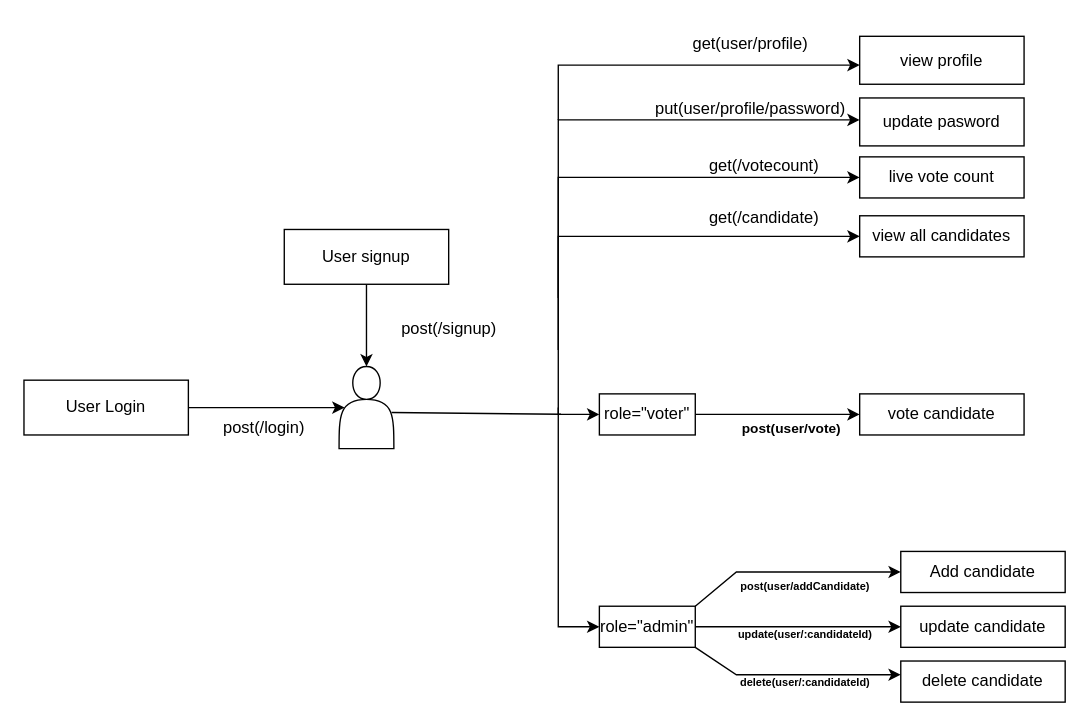
The draw.io diagram diagram.dio in roshan252s/voting-app, before the edit. Source tidied: cells renumbered, new cells numbered last; positions are measured from the earlier drawing's top-left corner, leaving out a move shared by most shapes. Both pictures are drawn from the tidied source at 137%, with x=0, y=0 at pixel (23, 23).
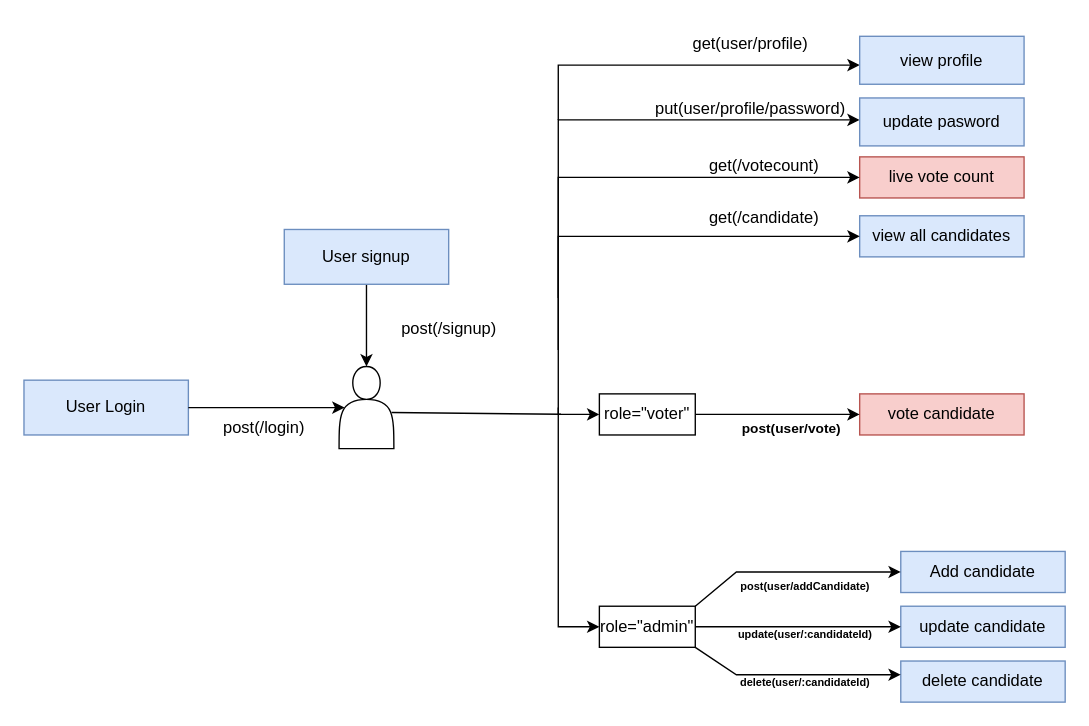
The same diagram, later.

Commit message (it also covers changes not shown here):
added admin functionality to create,update and delete the candidate

Diff of the diagram source:
```diff
@@
-    <mxCell id="2" value="User Login" style="rounded=0;whiteSpace=wrap;html=1;" parent="1" vertex="1">
+    <mxCell id="2" value="User Login" style="rounded=0;whiteSpace=wrap;html=1;fillColor=#dae8fc;strokeColor=#6c8ebf;" parent="1" vertex="1">
       <mxGeometry y="260" width="120" height="40" as="geometry" />
     </mxCell>
@@
-    <mxCell id="4" value="User signup" style="rounded=0;whiteSpace=wrap;html=1;" parent="1" vertex="1">
+    <mxCell id="4" value="User signup" style="rounded=0;whiteSpace=wrap;html=1;fillColor=#dae8fc;strokeColor=#6c8ebf;" parent="1" vertex="1">
       <mxGeometry x="190" y="150" width="120" height="40" as="geometry" />
     </mxCell>
@@
-    <mxCell id="10" value="&lt;span style=&quot;color: rgb(0, 0, 0);&quot;&gt;update pasword&lt;/span&gt;" style="rounded=0;whiteSpace=wrap;html=1;" parent="1" vertex="1">
+    <mxCell id="10" value="&lt;span style=&quot;color: rgb(0, 0, 0);&quot;&gt;update pasword&lt;/span&gt;" style="rounded=0;whiteSpace=wrap;html=1;fillColor=#dae8fc;strokeColor=#6c8ebf;" parent="1" vertex="1">
       <mxGeometry x="610" y="54" width="120" height="35" as="geometry" />
     </mxCell>
@@
-    <mxCell id="12" value="&lt;span style=&quot;color: rgb(0, 0, 0);&quot;&gt;update candidate&lt;/span&gt;" style="rounded=0;whiteSpace=wrap;html=1;" parent="1" vertex="1">
+    <mxCell id="12" value="&lt;span style=&quot;color: rgb(0, 0, 0);&quot;&gt;update candidate&lt;/span&gt;" style="rounded=0;whiteSpace=wrap;html=1;fillColor=#dae8fc;strokeColor=#6c8ebf;" parent="1" vertex="1">
       <mxGeometry x="640" y="425" width="120" height="30" as="geometry" />
     </mxCell>
@@
-    <mxCell id="14" value="live vote count" style="rounded=0;whiteSpace=wrap;html=1;" parent="1" vertex="1">
+    <mxCell id="14" value="live vote count" style="rounded=0;whiteSpace=wrap;html=1;fillColor=#f8cecc;strokeColor=#b85450;" parent="1" vertex="1">
       <mxGeometry x="610" y="97" width="120" height="30" as="geometry" />
     </mxCell>
@@
-    <mxCell id="16" value="delete&amp;nbsp;&lt;span style=&quot;color: rgb(0, 0, 0);&quot;&gt;candidate&lt;/span&gt;" style="rounded=0;whiteSpace=wrap;html=1;" parent="1" vertex="1">
+    <mxCell id="16" value="delete&amp;nbsp;&lt;span style=&quot;color: rgb(0, 0, 0);&quot;&gt;candidate&lt;/span&gt;" style="rounded=0;whiteSpace=wrap;html=1;fillColor=#dae8fc;strokeColor=#6c8ebf;" parent="1" vertex="1">
       <mxGeometry x="640" y="465" width="120" height="30" as="geometry" />
     </mxCell>
@@
-    <mxCell id="18" value="Add candidate" style="rounded=0;whiteSpace=wrap;html=1;" parent="1" vertex="1">
+    <mxCell id="18" value="Add candidate" style="rounded=0;whiteSpace=wrap;html=1;fillColor=#dae8fc;strokeColor=#6c8ebf;" parent="1" vertex="1">
       <mxGeometry x="640" y="385" width="120" height="30" as="geometry" />
     </mxCell>
@@
-    <mxCell id="26" value="view profile" style="rounded=0;whiteSpace=wrap;html=1;" parent="1" vertex="1">
+    <mxCell id="26" value="view profile" style="rounded=0;whiteSpace=wrap;html=1;fillColor=#dae8fc;strokeColor=#6c8ebf;" parent="1" vertex="1">
       <mxGeometry x="610" y="9" width="120" height="35" as="geometry" />
     </mxCell>
@@
-    <mxCell id="29" value="vote&amp;nbsp;&lt;span style=&quot;color: rgb(0, 0, 0);&quot;&gt;candidate&lt;/span&gt;" style="rounded=0;whiteSpace=wrap;html=1;" parent="1" vertex="1">
+    <mxCell id="29" value="vote&amp;nbsp;&lt;span style=&quot;color: rgb(0, 0, 0);&quot;&gt;candidate&lt;/span&gt;" style="rounded=0;whiteSpace=wrap;html=1;fillColor=#f8cecc;strokeColor=#b85450;" parent="1" vertex="1">
       <mxGeometry x="610" y="270" width="120" height="30" as="geometry" />
     </mxCell>
@@
-    <mxCell id="35" value="view all candidates" style="rounded=0;whiteSpace=wrap;html=1;" parent="1" vertex="1">
+    <mxCell id="35" value="view all candidates" style="rounded=0;whiteSpace=wrap;html=1;fillColor=#dae8fc;strokeColor=#6c8ebf;" parent="1" vertex="1">
       <mxGeometry x="610" y="140" width="120" height="30" as="geometry" />
     </mxCell>
```
